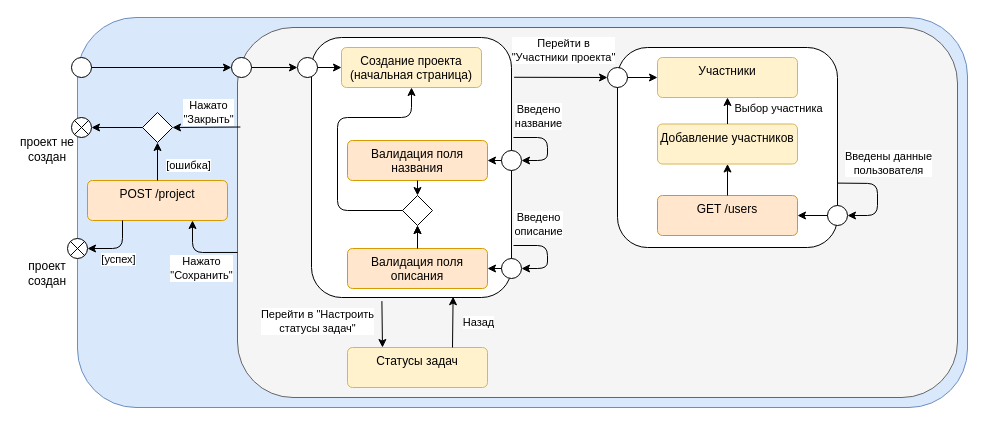
aVorotnikov/thunder_board keeps this draw.io diagram as docs/ui/automata/raw/create_project.drawio. Above is the earlier version. Source tidied: cells renumbered, new cells numbered last; positions are measured from the earlier drawing's top-left corner, leaving out a move shared by most shapes. Both pictures are drawn from the tidied source at 100%, with x=0, y=0 at pixel (17, 17).
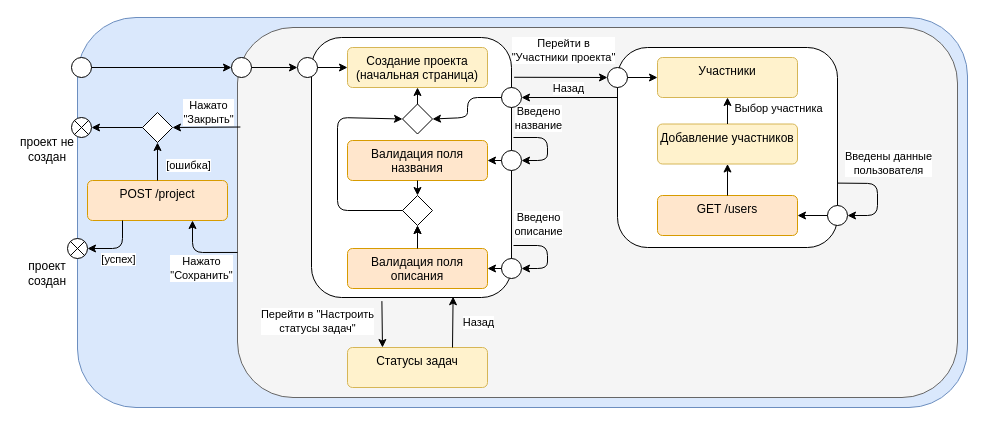
The same diagram, later.

Unchanged cells that the change refers to:
```xml
<mxCell id="19" style="endArrow=classic;html=1;rounded=1;entryX=1;entryY=0.5;entryDx=0;entryDy=0;curved=0;exitX=1.01;exitY=0.2;exitDx=0;exitDy=0;exitPerimeter=0;" parent="1" edge="1" target="18">
  <mxGeometry relative="1" as="geometry">
    <mxPoint x="496" y="120" as="sourcePoint" />
    <Array as="points">
      <mxPoint x="530" y="120" />
      <mxPoint x="530" y="143" />
    </Array>
  </mxGeometry>
</mxCell>
<mxCell id="28" style="rhombus;" parent="1" vertex="1">
  <mxGeometry x="385" y="178" width="30" height="30" as="geometry" />
</mxCell>
<mxCell id="32" style="rounded=1;whiteSpace=wrap;html=1;" parent="1" vertex="1">
  <mxGeometry x="600" y="30" width="220" height="200" as="geometry" />
</mxCell>
```

Diff of the diagram source:
```diff
@@
     <mxCell id="13" value="Создание проекта (начальная страница)" style="html=1;align=center;verticalAlign=top;rounded=1;absoluteArcSize=1;arcSize=10;dashed=0;whiteSpace=wrap;fillColor=#fff2cc;strokeColor=#d6b656;" parent="1" vertex="1">
-      <mxGeometry x="324" y="30" width="140" height="40" as="geometry" />
+      <mxGeometry x="330" y="30" width="140" height="40" as="geometry" />
     </mxCell>
@@
     <mxCell id="20" value="Введено&lt;div&gt;название&lt;/div&gt;" style="edgeLabel;html=1;align=center;verticalAlign=middle;" parent="19" vertex="1">
       <mxGeometry x="0.06" y="1" relative="1" as="geometry">
-        <mxPoint x="-11" y="-32" as="offset" />
+        <mxPoint x="-11" y="-30" as="offset" />
       </mxGeometry>
     </mxCell>
@@
-    <mxCell id="31" style="endArrow=classic;html=1;rounded=1;entryX=0.5;entryY=1;entryDx=0;entryDy=0;curved=0;exitX=0;exitY=0.5;exitDx=0;exitDy=0;" parent="1" edge="1" source="28" target="13">
+    <mxCell id="31" style="endArrow=classic;html=1;rounded=1;entryX=0;entryY=0.5;entryDx=0;entryDy=0;curved=0;exitX=0;exitY=0.5;exitDx=0;exitDy=0;" parent="1" edge="1" source="28" target="65">
       <mxGeometry relative="1" as="geometry">
         <Array as="points">
           <mxPoint x="320" y="193" />
           <mxPoint x="320" y="100" />
-          <mxPoint x="394" y="100" />
         </Array>
       </mxGeometry>
     </mxCell>
@@
+    <mxCell id="62" style="endArrow=classic;html=1;rounded=1;curved=0;exitX=0;exitY=0.25;exitDx=0;exitDy=0;entryX=1;entryY=0.5;entryDx=0;entryDy=0;" parent="1" edge="1" source="32" target="64">
+      <mxGeometry relative="1" as="geometry" />
+    </mxCell>
+    <mxCell id="63" value="Назад" style="edgeLabel;html=1;align=center;verticalAlign=middle;" parent="62" vertex="1">
+      <mxGeometry x="0.02" y="-3" relative="1" as="geometry">
+        <mxPoint x="-1" y="-7" as="offset" />
+      </mxGeometry>
+    </mxCell>
+    <mxCell id="64" style="ellipse;" parent="1" vertex="1">
+      <mxGeometry x="484" y="70" width="20" height="20" as="geometry" />
+    </mxCell>
+    <mxCell id="65" style="rhombus;" parent="1" vertex="1">
+      <mxGeometry x="385" y="86.5" width="30" height="30" as="geometry" />
+    </mxCell>
+    <mxCell id="66" style="endArrow=classic;html=1;rounded=1;entryX=0.5;entryY=1;entryDx=0;entryDy=0;curved=0;exitX=0.5;exitY=0;exitDx=0;exitDy=0;" parent="1" edge="1" source="65" target="13">
+      <mxGeometry relative="1" as="geometry" />
+    </mxCell>
+    <mxCell id="67" style="endArrow=classic;html=1;rounded=1;entryX=1;entryY=0.5;entryDx=0;entryDy=0;curved=0;exitX=0;exitY=0.5;exitDx=0;exitDy=0;" parent="1" edge="1" source="64" target="65">
+      <mxGeometry relative="1" as="geometry">
+        <Array as="points">
+          <mxPoint x="450" y="80" />
+          <mxPoint x="450" y="100" />
+        </Array>
+      </mxGeometry>
+    </mxCell>
```
